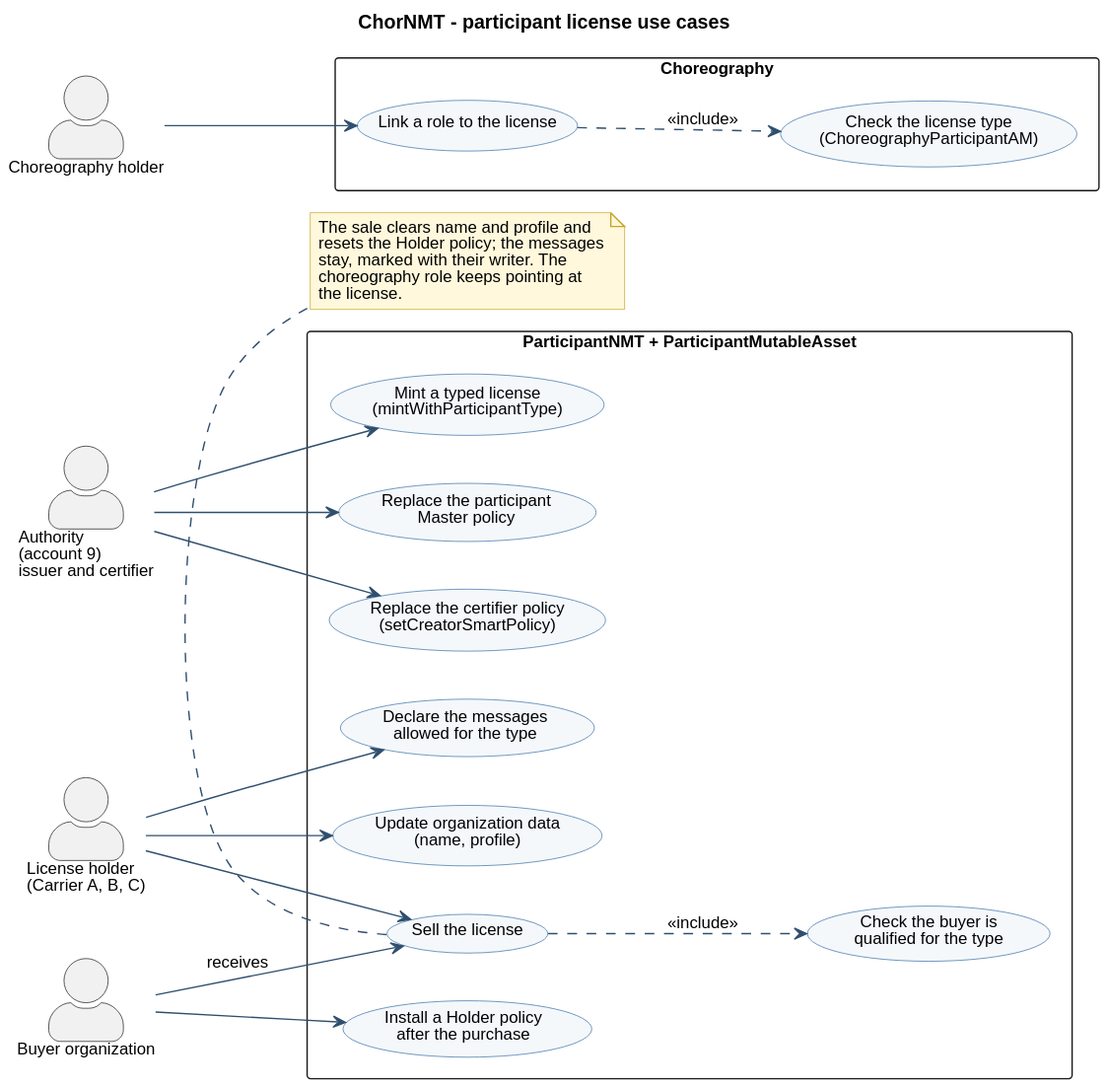
Earlier version of the PlantUML export docs/uml/use-case-participant-license.svg (d0na/ChorNMT).
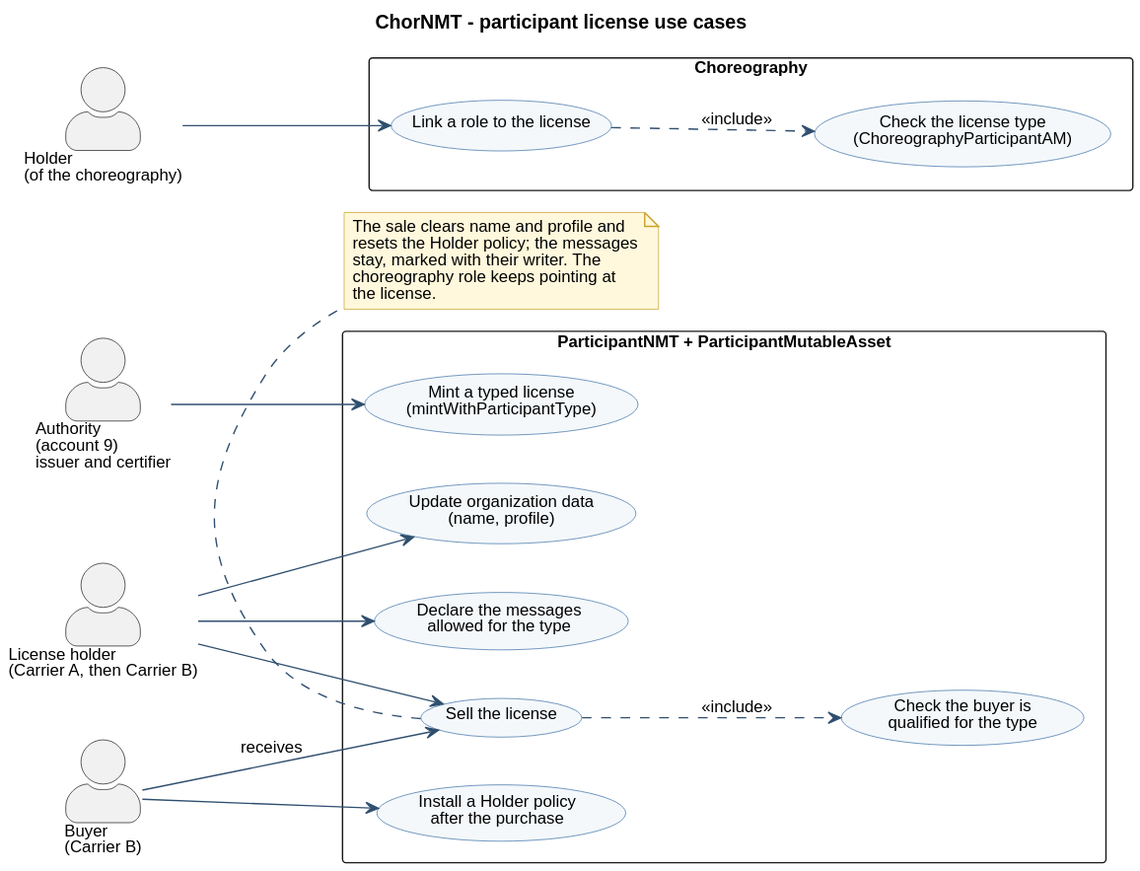
After the change.

Diff of the diagram source:
```diff
@@ -2,31 +2,23 @@
 !include style.iuml
 title ChorNMT - participant license use cases
 left to right direction
-
 actor "Authority\n(account 9)\nissuer and certifier" as Authority
-actor "License holder\n(Carrier A, B, C)" as LicenseHolder
-actor "Buyer organization" as Buyer
-actor "Choreography holder" as ChoreoHolder
-
+actor "License holder\n(Carrier A, then Carrier B)" as LicenseHolder
+actor "Buyer\n(Carrier B)" as Buyer
+actor "Holder\n(of the choreography)" as ChoreoHolder
 rectangle "ParticipantNMT + ParticipantMutableAsset" {
   usecase "Mint a typed license\n(mintWithParticipantType)" as UC_Mint
-  usecase "Replace the participant\nMaster policy" as UC_Master
-  usecase "Replace the certifier policy\n(setCreatorSmartPolicy)" as UC_Certifier
   usecase "Declare the messages\nallowed for the type" as UC_Messages
   usecase "Update organization data\n(name, profile)" as UC_Data
   usecase "Sell the license" as UC_Sell
   usecase "Check the buyer is\nqualified for the type" as UC_Qualified
   usecase "Install a Holder policy\nafter the purchase" as UC_Holder
 }
-
 rectangle "Choreography" {
   usecase "Link a role to the license" as UC_Link
   usecase "Check the license type\n(ChoreographyParticipantAM)" as UC_Type
 }
-
 Authority --> UC_Mint
-Authority --> UC_Master
-Authority --> UC_Certifier
 LicenseHolder --> UC_Messages
 LicenseHolder --> UC_Data
 LicenseHolder --> UC_Sell
@@ -35,7 +27,6 @@
 Buyer --> UC_Sell : receives
 ChoreoHolder --> UC_Link
 UC_Link ..> UC_Type : <<include>>
-
 note bottom of UC_Sell
   The sale clears name and profile and
   resets the Holder policy; the messages
```
